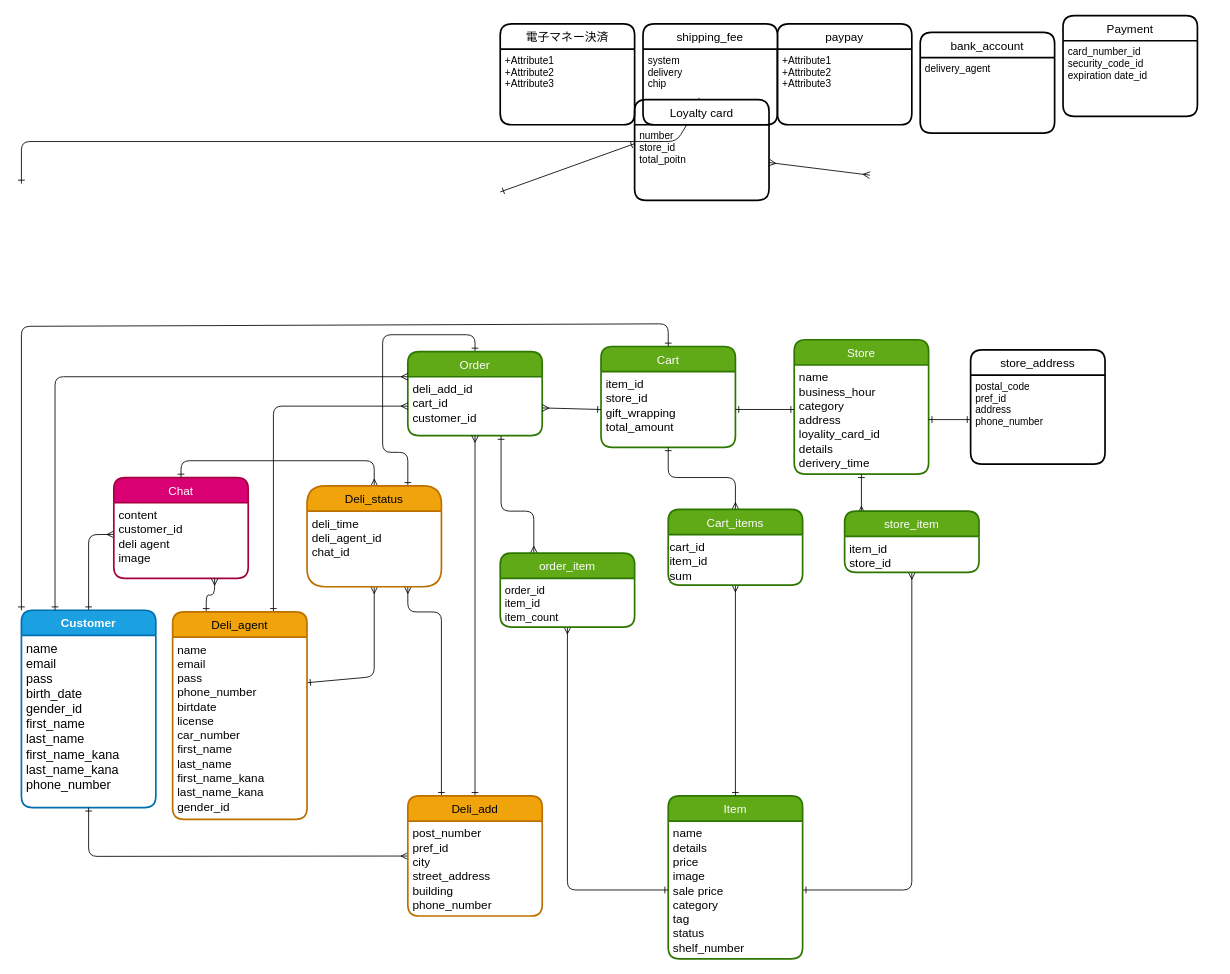
Earlier version of the draw.io diagram ori-app.dio (otak0574/originalapp-37001). Source tidied: cells renumbered, new cells numbered last; positions are measured from the earlier drawing's top-left corner, leaving out a move shared by most shapes. Both pictures are drawn from the tidied source at 84%, with x=0, y=0 at pixel (21, 15).
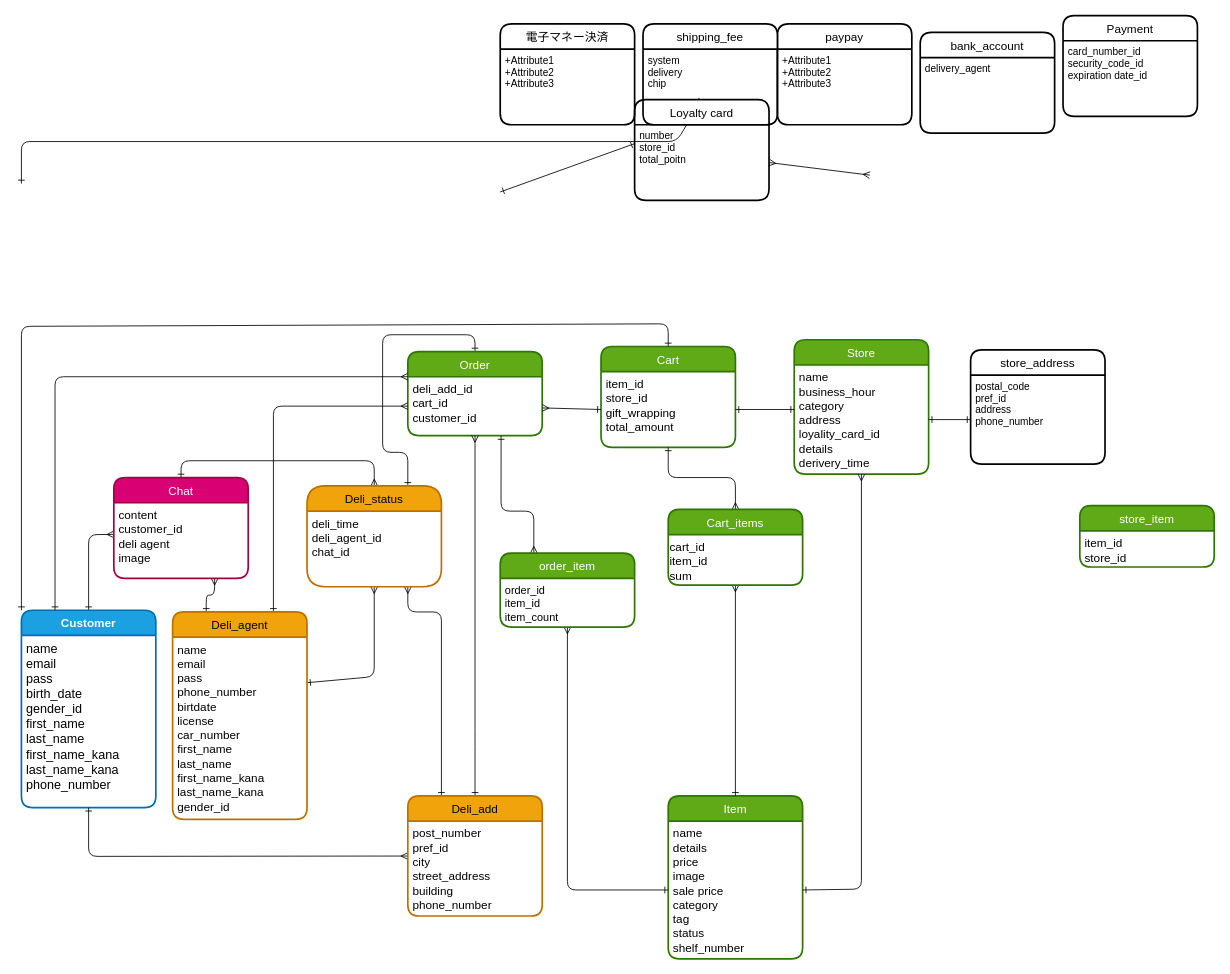
After the change.

The change refers to these unchanged cells:
```xml
<mxCell id="19" value="name&#10;details&#10;price&#10;image&#10;sale price&#10;category&#10;tag&#10;status&#10;shelf_number" style="align=left;strokeColor=none;fillColor=none;spacingLeft=4;fontSize=14;verticalAlign=top;" parent="18" vertex="1">
  <mxGeometry y="30" width="160" height="164" as="geometry" />
</mxCell>
<mxCell id="22" value="name&#10;business_hour&#10;category&#10;address&#10;loyality_card_id&#10;details&#10;derivery_time&#10;" style="align=left;strokeColor=none;fillColor=none;spacingLeft=4;fontSize=14;verticalAlign=top;" parent="21" vertex="1">
  <mxGeometry y="30" width="160" height="130" as="geometry" />
</mxCell>
<mxCell id="47" value="item_id&#10;store_id" style="align=left;strokeColor=none;fillColor=none;spacingLeft=4;fontSize=14;verticalAlign=top;" parent="46" vertex="1">
  <mxGeometry y="30" width="160" height="43" as="geometry" />
</mxCell>
```

The edit, as a diff of the source:
```diff
@@
-    <mxCell id="16" style="edgeStyle=none;html=1;fontSize=13;startArrow=ERone;startFill=0;endArrow=ERmany;endFill=0;exitX=1;exitY=0.5;exitDx=0;exitDy=0;entryX=0.5;entryY=1;entryDx=0;entryDy=0;" parent="1" edge="1" source="19" target="47">
-      <mxGeometry relative="1" as="geometry">
-        <Array as="points">
-          <mxPoint x="1060" y="1041" />
-        </Array>
-      </mxGeometry>
-    </mxCell>
@@
-    <mxCell id="38" style="edgeStyle=none;html=1;exitX=0.5;exitY=1;exitDx=0;exitDy=0;fontSize=13;endArrow=ERmany;endFill=0;startArrow=ERone;startFill=0;entryX=0.125;entryY=0.033;entryDx=0;entryDy=0;entryPerimeter=0;" parent="1" edge="1" source="22" target="46">
-      <mxGeometry relative="1" as="geometry" />
+    <mxCell id="38" style="edgeStyle=none;html=1;exitX=0.5;exitY=1;exitDx=0;exitDy=0;fontSize=13;endArrow=ERone;endFill=0;startArrow=ERmany;startFill=0;entryX=1;entryY=0.5;entryDx=0;entryDy=0;" parent="1" edge="1" source="22" target="19">
+      <mxGeometry relative="1" as="geometry">
+        <Array as="points">
+          <mxPoint x="1000" y="1040" />
+        </Array>
+      </mxGeometry>
     </mxCell>
@@
     <mxCell id="46" value="store_item" style="swimlane;horizontal=1;startSize=30;rounded=1;fontSize=14;fontStyle=0;strokeWidth=2;shadow=0;dashed=0;align=center;fillColor=#60a917;fontColor=#ffffff;strokeColor=#2D7600;" parent="1" vertex="1">
-      <mxGeometry x="980" y="590" width="160" height="73" as="geometry" />
+      <mxGeometry x="1260" y="583.5" width="160" height="73" as="geometry" />
     </mxCell>
```
